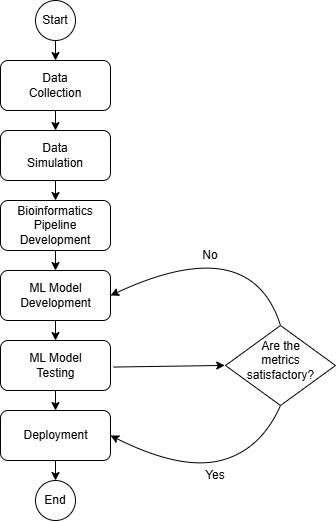
Before: documentation/figures/research_activities.png, a diagram exported from draw.io (linyvonnea/mitochime). Source tidied: cells renumbered, new cells last; positions are measured from the earlier drawing's top-left corner, leaving out a move shared by most shapes. Its diagram source:
```xml
<mxGraphModel>
  <root>
    <mxCell id="0" />
    <mxCell id="1" parent="0" />
    <mxCell id="2" style="ellipse;whiteSpace=wrap;html=1;" parent="1" vertex="1">
      <mxGeometry x="35" width="40" height="40" as="geometry" />
    </mxCell>
    <mxCell id="3" value="Start" style="text;strokeColor=none;align=center;fillColor=none;html=1;verticalAlign=middle;whiteSpace=wrap;rounded=0;" parent="1" vertex="1">
      <mxGeometry x="25" y="5" width="60" height="30" as="geometry" />
    </mxCell>
    <mxCell id="4" style="rounded=1;whiteSpace=wrap;html=1;" parent="1" vertex="1">
      <mxGeometry y="60" width="110" height="50" as="geometry" />
    </mxCell>
    <mxCell id="5" value="Data Collection" style="text;strokeColor=none;align=center;fillColor=none;html=1;verticalAlign=middle;whiteSpace=wrap;rounded=0;" parent="1" vertex="1">
      <mxGeometry x="25" y="70" width="60" height="30" as="geometry" />
    </mxCell>
    <mxCell id="6" style="rounded=1;whiteSpace=wrap;html=1;" parent="1" vertex="1">
      <mxGeometry y="130" width="110" height="50" as="geometry" />
    </mxCell>
    <mxCell id="7" value="Data Simulation" style="text;strokeColor=none;align=center;fillColor=none;html=1;verticalAlign=middle;whiteSpace=wrap;rounded=0;" parent="1" vertex="1">
      <mxGeometry x="25" y="140" width="60" height="30" as="geometry" />
    </mxCell>
    <mxCell id="8" style="rounded=1;whiteSpace=wrap;html=1;" parent="1" vertex="1">
      <mxGeometry y="200" width="110" height="50" as="geometry" />
    </mxCell>
    <mxCell id="9" value="Bioinformatics Pipeline Development" style="text;strokeColor=none;align=center;fillColor=none;html=1;verticalAlign=middle;whiteSpace=wrap;rounded=0;" parent="1" vertex="1">
      <mxGeometry x="25" y="210" width="60" height="30" as="geometry" />
    </mxCell>
    <mxCell id="10" style="rounded=1;whiteSpace=wrap;html=1;" parent="1" vertex="1">
      <mxGeometry y="270" width="110" height="50" as="geometry" />
    </mxCell>
    <mxCell id="11" value="ML Model Development" style="text;strokeColor=none;align=center;fillColor=none;html=1;verticalAlign=middle;whiteSpace=wrap;rounded=0;" parent="1" vertex="1">
      <mxGeometry x="17.5" y="280" width="75" height="30" as="geometry" />
    </mxCell>
    <mxCell id="12" style="rhombus;whiteSpace=wrap;html=1;" parent="1" vertex="1">
      <mxGeometry x="225" y="325" width="110" height="80" as="geometry" />
    </mxCell>
    <mxCell id="13" value="Are the metrics satisfactory?" style="text;strokeColor=none;align=center;fillColor=none;html=1;verticalAlign=middle;whiteSpace=wrap;rounded=0;" parent="1" vertex="1">
      <mxGeometry x="242.5" y="345" width="75" height="30" as="geometry" />
    </mxCell>
    <mxCell id="14" style="curved=1;endArrow=classic;html=1;rounded=0;entryX=1;entryY=0.5;entryDx=0;entryDy=0;exitX=0.5;exitY=0;exitDx=0;exitDy=0;" parent="1" edge="1" source="12" target="10">
      <mxGeometry relative="1" as="geometry">
        <Array as="points">
          <mxPoint x="250" y="230" />
        </Array>
      </mxGeometry>
    </mxCell>
    <mxCell id="15" style="rounded=1;whiteSpace=wrap;html=1;" parent="1" vertex="1">
      <mxGeometry y="340" width="110" height="50" as="geometry" />
    </mxCell>
    <mxCell id="16" value="ML Model Testing" style="text;strokeColor=none;align=center;fillColor=none;html=1;verticalAlign=middle;whiteSpace=wrap;rounded=0;" parent="1" vertex="1">
      <mxGeometry x="17.5" y="350" width="75" height="30" as="geometry" />
    </mxCell>
    <mxCell id="17" style="curved=1;endArrow=classic;html=1;rounded=0;exitX=0.5;exitY=1;exitDx=0;exitDy=0;entryX=1;entryY=0.5;entryDx=0;entryDy=0;" parent="1" edge="1" source="12" target="25">
      <mxGeometry relative="1" as="geometry">
        <Array as="points">
          <mxPoint x="260" y="450" />
          <mxPoint x="180" y="470" />
        </Array>
      </mxGeometry>
    </mxCell>
    <mxCell id="18" style="ellipse;whiteSpace=wrap;html=1;" parent="1" vertex="1">
      <mxGeometry x="35" y="480" width="40" height="40" as="geometry" />
    </mxCell>
    <mxCell id="19" value="End" style="text;strokeColor=none;align=center;fillColor=none;html=1;verticalAlign=middle;whiteSpace=wrap;rounded=0;" parent="1" vertex="1">
      <mxGeometry x="25" y="485" width="60" height="30" as="geometry" />
    </mxCell>
    <mxCell id="20" style="endArrow=classic;html=1;rounded=0;entryX=0.5;entryY=0;entryDx=0;entryDy=0;exitX=0.5;exitY=1;exitDx=0;exitDy=0;" parent="1" edge="1" source="4" target="6">
      <mxGeometry relative="1" as="geometry" />
    </mxCell>
    <mxCell id="21" style="endArrow=classic;html=1;rounded=0;entryX=0.5;entryY=0;entryDx=0;entryDy=0;exitX=0.5;exitY=1;exitDx=0;exitDy=0;" parent="1" edge="1" source="6" target="8">
      <mxGeometry relative="1" as="geometry" />
    </mxCell>
    <mxCell id="22" style="endArrow=classic;html=1;rounded=0;entryX=0.5;entryY=0;entryDx=0;entryDy=0;exitX=0.5;exitY=1;exitDx=0;exitDy=0;" parent="1" edge="1" source="8" target="10">
      <mxGeometry relative="1" as="geometry" />
    </mxCell>
    <mxCell id="23" style="endArrow=classic;html=1;rounded=0;exitX=0.5;exitY=1;exitDx=0;exitDy=0;" parent="1" edge="1" source="10">
      <mxGeometry relative="1" as="geometry">
        <mxPoint x="55" y="340" as="targetPoint" />
      </mxGeometry>
    </mxCell>
    <mxCell id="24" style="endArrow=classic;html=1;rounded=0;entryX=0.5;entryY=0;entryDx=0;entryDy=0;exitX=0.5;exitY=1;exitDx=0;exitDy=0;" parent="1" edge="1" source="2" target="4">
      <mxGeometry relative="1" as="geometry" />
    </mxCell>
    <mxCell id="25" style="rounded=1;whiteSpace=wrap;html=1;" parent="1" vertex="1">
      <mxGeometry y="410" width="110" height="50" as="geometry" />
    </mxCell>
    <mxCell id="26" value="Deployment" style="text;strokeColor=none;align=center;fillColor=none;html=1;verticalAlign=middle;whiteSpace=wrap;rounded=0;" parent="1" vertex="1">
      <mxGeometry x="17.5" y="420" width="75" height="30" as="geometry" />
    </mxCell>
    <mxCell id="27" style="endArrow=classic;html=1;rounded=0;exitX=0.5;exitY=1;exitDx=0;exitDy=0;entryX=0.5;entryY=0;entryDx=0;entryDy=0;" parent="1" edge="1" source="15" target="25">
      <mxGeometry relative="1" as="geometry" />
    </mxCell>
    <mxCell id="28" style="endArrow=classic;html=1;rounded=0;exitX=1.027;exitY=0.531;exitDx=0;exitDy=0;exitPerimeter=0;entryX=-0.007;entryY=0.499;entryDx=0;entryDy=0;entryPerimeter=0;" parent="1" edge="1" source="15" target="12">
      <mxGeometry relative="1" as="geometry" />
    </mxCell>
    <mxCell id="29" value="No" style="text;strokeColor=none;align=center;fillColor=none;html=1;verticalAlign=middle;whiteSpace=wrap;rounded=0;" parent="1" vertex="1">
      <mxGeometry x="180" y="240" width="60" height="30" as="geometry" />
    </mxCell>
    <mxCell id="30" value="Yes" style="text;strokeColor=none;align=center;fillColor=none;html=1;verticalAlign=middle;whiteSpace=wrap;rounded=0;" parent="1" vertex="1">
      <mxGeometry x="185" y="460" width="60" height="30" as="geometry" />
    </mxCell>
    <mxCell id="31" style="endArrow=classic;html=1;rounded=0;entryX=0.5;entryY=0;entryDx=0;entryDy=0;exitX=0.5;exitY=1;exitDx=0;exitDy=0;" parent="1" edge="1" source="25" target="18">
      <mxGeometry relative="1" as="geometry" />
    </mxCell>
  </root>
</mxGraphModel>
```
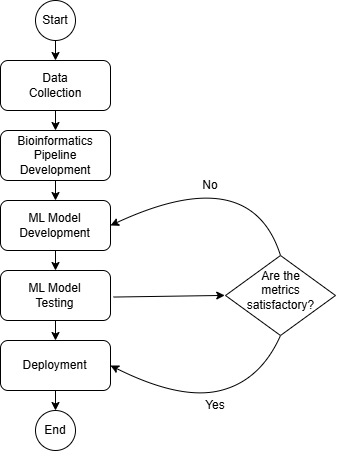
After the change.

What changed in the source:
```diff
@@ -3,23 +3,17 @@
     <mxCell id="0" />
     <mxCell id="1" parent="0" />
     <mxCell id="2" style="ellipse;whiteSpace=wrap;html=1;" parent="1" vertex="1">
-      <mxGeometry x="35" width="40" height="40" as="geometry" />
+      <mxGeometry x="35" y="70" width="40" height="40" as="geometry" />
     </mxCell>
     <mxCell id="3" value="Start" style="text;strokeColor=none;align=center;fillColor=none;html=1;verticalAlign=middle;whiteSpace=wrap;rounded=0;" parent="1" vertex="1">
-      <mxGeometry x="25" y="5" width="60" height="30" as="geometry" />
+      <mxGeometry x="25" y="75" width="60" height="30" as="geometry" />
     </mxCell>
     <mxCell id="4" style="rounded=1;whiteSpace=wrap;html=1;" parent="1" vertex="1">
-      <mxGeometry y="60" width="110" height="50" as="geometry" />
+      <mxGeometry y="130" width="110" height="50" as="geometry" />
     </mxCell>
     <mxCell id="5" value="Data Collection" style="text;strokeColor=none;align=center;fillColor=none;html=1;verticalAlign=middle;whiteSpace=wrap;rounded=0;" parent="1" vertex="1">
-      <mxGeometry x="25" y="70" width="60" height="30" as="geometry" />
+      <mxGeometry x="25" y="140" width="60" height="30" as="geometry" />
     </mxCell>
-    <mxCell id="6" style="rounded=1;whiteSpace=wrap;html=1;" parent="1" vertex="1">
-      <mxGeometry y="130" width="110" height="50" as="geometry" />
-    </mxCell>
-    <mxCell id="7" value="Data Simulation" style="text;strokeColor=none;align=center;fillColor=none;html=1;verticalAlign=middle;whiteSpace=wrap;rounded=0;" parent="1" vertex="1">
-      <mxGeometry x="25" y="140" width="60" height="30" as="geometry" />
-    </mxCell>
     <mxCell id="8" style="rounded=1;whiteSpace=wrap;html=1;" parent="1" vertex="1">
       <mxGeometry y="200" width="110" height="50" as="geometry" />
     </mxCell>
@@ -65,11 +59,10 @@
     <mxCell id="19" value="End" style="text;strokeColor=none;align=center;fillColor=none;html=1;verticalAlign=middle;whiteSpace=wrap;rounded=0;" parent="1" vertex="1">
       <mxGeometry x="25" y="485" width="60" height="30" as="geometry" />
     </mxCell>
-    <mxCell id="20" style="endArrow=classic;html=1;rounded=0;entryX=0.5;entryY=0;entryDx=0;entryDy=0;exitX=0.5;exitY=1;exitDx=0;exitDy=0;" parent="1" edge="1" source="4" target="6">
-      <mxGeometry relative="1" as="geometry" />
-    </mxCell>
-    <mxCell id="21" style="endArrow=classic;html=1;rounded=0;entryX=0.5;entryY=0;entryDx=0;entryDy=0;exitX=0.5;exitY=1;exitDx=0;exitDy=0;" parent="1" edge="1" source="6" target="8">
-      <mxGeometry relative="1" as="geometry" />
+    <mxCell id="21" style="endArrow=classic;html=1;rounded=0;entryX=0.5;entryY=0;entryDx=0;entryDy=0;exitX=0.5;exitY=1;exitDx=0;exitDy=0;" parent="1" edge="1" target="8">
+      <mxGeometry relative="1" as="geometry">
+        <mxPoint x="55" y="180" as="sourcePoint" />
+      </mxGeometry>
     </mxCell>
     <mxCell id="22" style="endArrow=classic;html=1;rounded=0;entryX=0.5;entryY=0;entryDx=0;entryDy=0;exitX=0.5;exitY=1;exitDx=0;exitDy=0;" parent="1" edge="1" source="8" target="10">
       <mxGeometry relative="1" as="geometry" />
```
